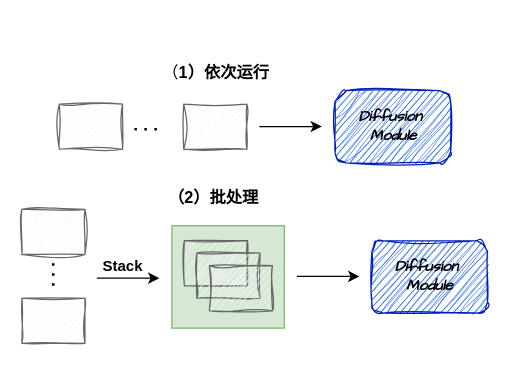
This is assets/批处理.drawio from ShizhongP/dl-notes, a draw.io file, before an edit. Source tidied: cells renumbered, new cells numbered last; positions are measured from the earlier drawing's top-left corner, leaving out a move shared by most shapes. Both pictures are drawn from the tidied source at 125%, with x=0, y=0 at pixel (21, 52).
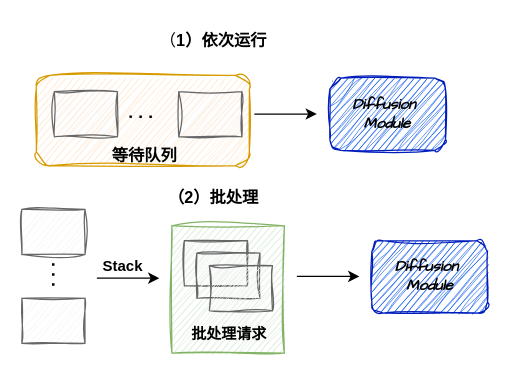
Above is the later version.

Commit message (it also covers changes not shown here):
更新批处理.drawio

Diff of the diagram source:
```diff
@@
+    <mxCell id="20" style="rounded=1;whiteSpace=wrap;html=1;fillColor=#ffe6cc;strokeColor=#d79b00;sketch=1;curveFitting=1;jiggle=2;" parent="1" vertex="1">
+      <mxGeometry x="11.5" y="17.8" width="170.5" height="72.2" as="geometry" />
+    </mxCell>
-    <mxCell id="2" style="rounded=0;whiteSpace=wrap;html=1;fillColor=#d5e8d4;strokeColor=#82b366;" parent="1" vertex="1">
-      <mxGeometry x="120" y="138.1" width="90" height="81.9" as="geometry" />
+    <mxCell id="2" style="rounded=0;whiteSpace=wrap;html=1;fillColor=#d5e8d4;strokeColor=#82b366;sketch=1;curveFitting=1;jiggle=2;" parent="1" vertex="1">
+      <mxGeometry x="120" y="138.1" width="90" height="101.9" as="geometry" />
     </mxCell>
@@
     <mxCell id="14" value="&lt;i&gt;&lt;span&gt;&lt;font style=&quot;color: rgb(0, 0, 0);&quot;&gt;Diffusion&amp;nbsp;&lt;/font&gt;&lt;/span&gt;&lt;/i&gt;&lt;div&gt;&lt;i&gt;&lt;span&gt;&lt;font style=&quot;color: rgb(0, 0, 0);&quot;&gt;Module&lt;/font&gt;&lt;/span&gt;&lt;/i&gt;&lt;/div&gt;" style="rounded=1;whiteSpace=wrap;html=1;fillColor=#0050ef;strokeColor=#001DBC;sketch=1;curveFitting=1;jiggle=2;fontColor=#ffffff;fontFamily=Comic Sans MS;fontSize=12;fontStyle=1;" parent="1" vertex="1">
-      <mxGeometry x="250.5" y="30" width="92.5" height="57.8" as="geometry" />
+      <mxGeometry x="246.4" y="20" width="92.5" height="57.8" as="geometry" />
     </mxCell>
     <mxCell id="15" style="rounded=0;whiteSpace=wrap;html=1;fillColor=#f5f5f5;fontColor=#333333;strokeColor=#666666;sketch=1;curveFitting=1;jiggle=2;fontFamily=Comic Sans MS;fontSize=12;fontStyle=1;" parent="1" vertex="1">
-      <mxGeometry x="30" y="40.8" width="50.5" height="36.1" as="geometry" />
+      <mxGeometry x="26" y="30.8" width="50.5" height="36.1" as="geometry" />
     </mxCell>
     <mxCell id="16" style="rounded=0;whiteSpace=wrap;html=1;fillColor=#f5f5f5;fontColor=#333333;strokeColor=#666666;sketch=1;curveFitting=1;jiggle=2;fontFamily=Comic Sans MS;fontSize=12;fontStyle=1;" parent="1" vertex="1">
-      <mxGeometry x="129.5" y="40.8" width="50.5" height="36.1" as="geometry" />
+      <mxGeometry x="125.5" y="30.8" width="50.5" height="36.1" as="geometry" />
     </mxCell>
     <mxCell id="17" style="endArrow=none;dashed=1;html=1;dashPattern=1 3;strokeWidth=2;rounded=0;" parent="1" edge="1">
       <mxGeometry relative="1" as="geometry">
-        <mxPoint x="90" y="60.8" as="sourcePoint" />
-        <mxPoint x="110" y="61" as="targetPoint" />
+        <mxPoint x="86" y="50.8" as="sourcePoint" />
+        <mxPoint x="106" y="51" as="targetPoint" />
       </mxGeometry>
     </mxCell>
     <mxCell id="18" style="endArrow=classic;html=1;rounded=0;" parent="1" edge="1">
       <mxGeometry relative="1" as="geometry">
-        <mxPoint x="190" y="58.7" as="sourcePoint" />
-        <mxPoint x="240" y="58.7" as="targetPoint" />
+        <mxPoint x="186" y="48.7" as="sourcePoint" />
+        <mxPoint x="236" y="48.7" as="targetPoint" />
       </mxGeometry>
     </mxCell>
     <mxCell id="19" value="（&lt;b&gt;1）依次运行&lt;/b&gt;" style="text;html=1;align=center;verticalAlign=middle;whiteSpace=wrap;rounded=0;fontSize=13;" parent="1" vertex="1">
-      <mxGeometry x="77.9" width="154.8" height="30" as="geometry" />
+      <mxGeometry x="76.4" y="-25" width="154.8" height="30" as="geometry" />
     </mxCell>
+    <mxCell id="21" value="&lt;b&gt;等待队列&lt;/b&gt;" style="text;html=1;align=center;verticalAlign=middle;whiteSpace=wrap;rounded=0;fontSize=13;" parent="1" vertex="1">
+      <mxGeometry x="51.2" y="66.9" width="94.8" height="30" as="geometry" />
+    </mxCell>
+    <mxCell id="22" value="&lt;b&gt;批处理请求&lt;/b&gt;" style="text;html=1;align=center;verticalAlign=middle;whiteSpace=wrap;rounded=0;" parent="1" vertex="1">
+      <mxGeometry x="125.5" y="210" width="80" height="30" as="geometry" />
+    </mxCell>
```
